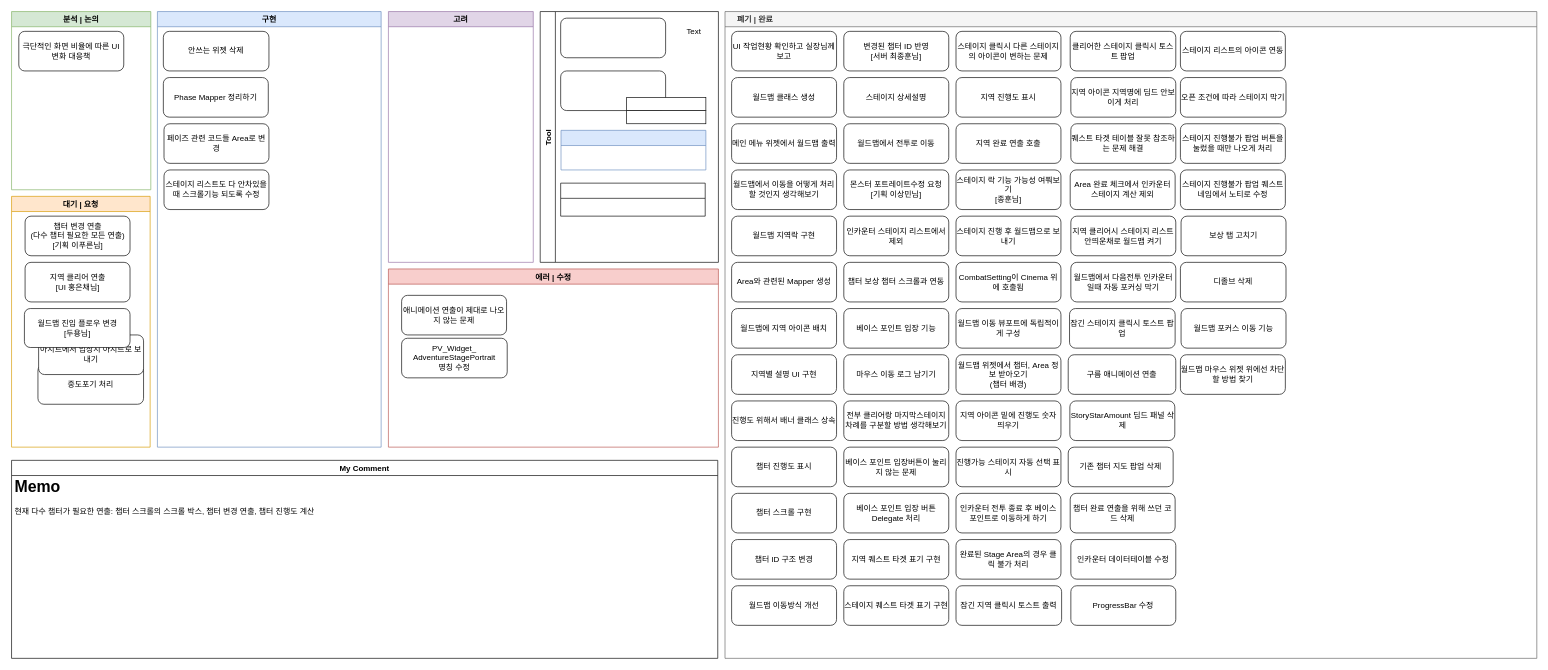
Earlier version of the draw.io diagram 월드맵 시스템 진행상황.drawio (Endorr/Job-Board). Source tidied: cells renumbered, new cells numbered last; positions are measured from the earlier drawing's top-left corner, leaving out a move shared by most shapes. Both pictures are drawn from the tidied source at 66%, with x=0, y=0 at pixel (11, 11).
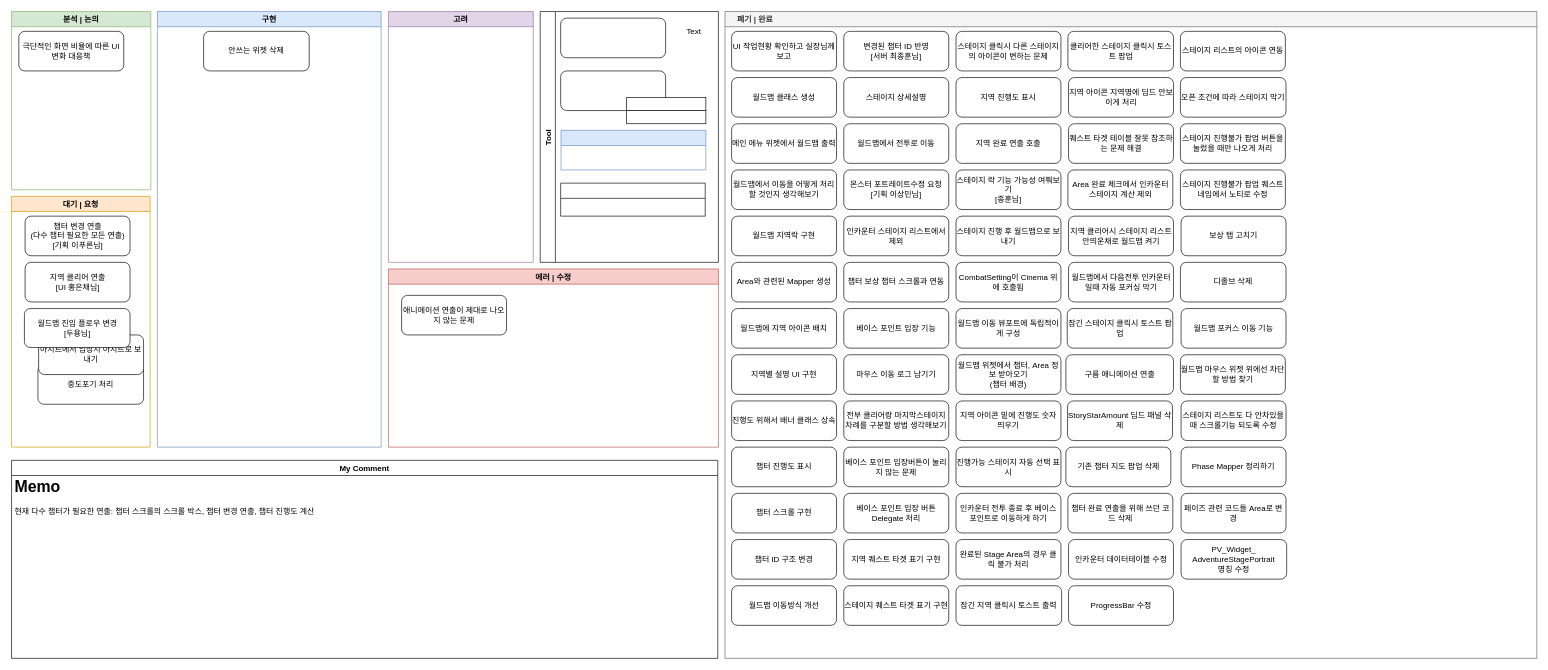
The same page after the edit.

Commit message:
Update 월드맵 시스템 진행상황.drawio

The change refers to these unchanged cells:
```xml
<mxCell id="2" value="구현" style="swimlane;fillColor=#dae8fc;strokeColor=#6c8ebf;" parent="1" vertex="1">
  <mxGeometry x="221" width="339" height="660" as="geometry" />
</mxCell>
<mxCell id="15" value="에러 | 수정" style="swimlane;fillColor=#f8cecc;strokeColor=#b85450;startSize=23;" parent="1" vertex="1">
  <mxGeometry x="571" y="390" width="500" height="270" as="geometry" />
</mxCell>
<mxCell id="18" value="     폐기 | 완료" style="swimlane;strokeColor=#666666;fillColor=#f5f5f5;fontColor=#333333;align=left;" parent="1" vertex="1">
  <mxGeometry x="1081" width="1230" height="980" as="geometry" />
</mxCell>
```

What changed in the source:
```diff
@@
-    <mxCell id="3" value="Phase Mapper 정리하기" style="rounded=1;whiteSpace=wrap;html=1;" parent="2" vertex="1">
-      <mxGeometry x="9" y="100" width="159" height="60" as="geometry" />
-    </mxCell>
-    <mxCell id="4" value="페이즈 관련 코드들 Area로 변경" style="rounded=1;whiteSpace=wrap;html=1;fillColor=default;strokeColor=default;fontColor=default;" parent="2" vertex="1">
-      <mxGeometry x="10" y="170" width="159" height="60" as="geometry" />
-    </mxCell>
-    <mxCell id="5" value="안쓰는 위젯 삭제" style="rounded=1;whiteSpace=wrap;html=1;" parent="2" vertex="1">
-      <mxGeometry x="9" y="30" width="160" height="60" as="geometry" />
+    <mxCell id="5" value="안쓰는 위젯 삭제" style="rounded=1;whiteSpace=wrap;html=1;fillColor=default;strokeColor=default;fontColor=default;" parent="2" vertex="1">
+      <mxGeometry x="70" y="30" width="160" height="60" as="geometry" />
     </mxCell>
-    <mxCell id="6" value="스테이지 리스트도 다 안차있을 때 스크롤기능 되도록 수정" style="rounded=1;whiteSpace=wrap;html=1;fillColor=default;strokeColor=default;fontColor=default;" parent="2" vertex="1">
-      <mxGeometry x="10" y="240" width="159" height="60" as="geometry" />
-    </mxCell>
@@
-    <mxCell id="17" value="PV_Widget_&lt;br&gt;AdventureStagePortrait&lt;br&gt;명칭 수정" style="rounded=1;whiteSpace=wrap;html=1;" parent="15" vertex="1">
-      <mxGeometry x="20" y="105" width="160" height="60" as="geometry" />
-    </mxCell>
@@
-    <mxCell id="58" value="클리어한 스테이지 클릭시 토스트 팝업" style="rounded=1;whiteSpace=wrap;html=1;" parent="18" vertex="1">
-      <mxGeometry x="523" y="30" width="160" height="60" as="geometry" />
+    <mxCell id="58" value="클리어한 스테이지 클릭시 토스트 팝업" style="rounded=1;whiteSpace=wrap;html=1;fillColor=default;strokeColor=default;fontColor=default;" parent="18" vertex="1">
+      <mxGeometry x="519.5" y="30" width="160" height="60" as="geometry" />
     </mxCell>
-    <mxCell id="59" value="퀘스트 타겟 테이블 잘못 참조하는 문제 해결" style="rounded=1;whiteSpace=wrap;html=1;" parent="18" vertex="1">
-      <mxGeometry x="524" y="170" width="159" height="60" as="geometry" />
+    <mxCell id="59" value="퀘스트 타겟 테이블 잘못 참조하는 문제 해결" style="rounded=1;whiteSpace=wrap;html=1;fillColor=default;strokeColor=default;fontColor=default;" parent="18" vertex="1">
+      <mxGeometry x="520.5" y="170" width="159" height="60" as="geometry" />
     </mxCell>
-    <mxCell id="60" value="지역 아이콘 지역명에 딤드 안보이게 처리" style="rounded=1;whiteSpace=wrap;html=1;" parent="18" vertex="1">
-      <mxGeometry x="524" y="100" width="159" height="60" as="geometry" />
+    <mxCell id="60" value="지역 아이콘 지역명에 딤드 안보이게 처리" style="rounded=1;whiteSpace=wrap;html=1;fillColor=default;strokeColor=default;fontColor=default;" parent="18" vertex="1">
+      <mxGeometry x="520.5" y="100" width="159" height="60" as="geometry" />
     </mxCell>
-    <mxCell id="61" value="Area 완료 체크에서 인카운터 스테이지 계산 제외" style="rounded=1;whiteSpace=wrap;html=1;" parent="18" vertex="1">
-      <mxGeometry x="523" y="240" width="159" height="60" as="geometry" />
+    <mxCell id="61" value="Area 완료 체크에서 인카운터 스테이지 계산 제외" style="rounded=1;whiteSpace=wrap;html=1;fillColor=default;strokeColor=default;fontColor=default;" parent="18" vertex="1">
+      <mxGeometry x="519.5" y="240" width="159" height="60" as="geometry" />
     </mxCell>
-    <mxCell id="62" value="지역 클리어시 스테이지 리스트 안띄운채로 월드맵 켜기" style="rounded=1;whiteSpace=wrap;html=1;" parent="18" vertex="1">
-      <mxGeometry x="524" y="310" width="159" height="60" as="geometry" />
+    <mxCell id="62" value="지역 클리어시 스테이지 리스트 안띄운채로 월드맵 켜기" style="rounded=1;whiteSpace=wrap;html=1;fillColor=default;strokeColor=default;fontColor=default;" parent="18" vertex="1">
+      <mxGeometry x="520.5" y="310" width="159" height="60" as="geometry" />
     </mxCell>
-    <mxCell id="63" value="월드맵에서 다음전투 인카운터일때 자동 포커싱 막기" style="rounded=1;whiteSpace=wrap;html=1;" parent="18" vertex="1">
-      <mxGeometry x="524" y="380" width="159" height="60" as="geometry" />
+    <mxCell id="63" value="월드맵에서 다음전투 인카운터일때 자동 포커싱 막기" style="rounded=1;whiteSpace=wrap;html=1;fillColor=default;strokeColor=default;fontColor=default;" parent="18" vertex="1">
+      <mxGeometry x="520.5" y="380" width="159" height="60" as="geometry" />
     </mxCell>
-    <mxCell id="64" value="잠긴 스테이지 클릭시 토스트 팝업" style="rounded=1;whiteSpace=wrap;html=1;" parent="18" vertex="1">
-      <mxGeometry x="522" y="450" width="160" height="60" as="geometry" />
+    <mxCell id="64" value="잠긴 스테이지 클릭시 토스트 팝업" style="rounded=1;whiteSpace=wrap;html=1;fillColor=default;strokeColor=default;fontColor=default;" parent="18" vertex="1">
+      <mxGeometry x="518.5" y="450" width="160" height="60" as="geometry" />
     </mxCell>
-    <mxCell id="65" value="구름 애니메이션 연출" style="rounded=1;whiteSpace=wrap;html=1;" parent="18" vertex="1">
-      <mxGeometry x="520" y="520" width="163" height="60" as="geometry" />
+    <mxCell id="65" value="구름 애니메이션 연출" style="rounded=1;whiteSpace=wrap;html=1;fillColor=default;strokeColor=default;fontColor=default;" parent="18" vertex="1">
+      <mxGeometry x="516.5" y="520" width="163" height="60" as="geometry" />
     </mxCell>
-    <mxCell id="66" value="StoryStarAmount 딤드 패널 삭제" style="rounded=1;whiteSpace=wrap;html=1;" parent="18" vertex="1">
-      <mxGeometry x="522.5" y="590" width="159" height="60" as="geometry" />
+    <mxCell id="66" value="StoryStarAmount 딤드 패널 삭제" style="rounded=1;whiteSpace=wrap;html=1;fillColor=default;strokeColor=default;fontColor=default;" parent="18" vertex="1">
+      <mxGeometry x="519" y="590" width="159" height="60" as="geometry" />
     </mxCell>
-    <mxCell id="67" value="기존 챕터 지도 팝업 삭제" style="rounded=1;whiteSpace=wrap;html=1;" parent="18" vertex="1">
-      <mxGeometry x="520" y="660" width="159" height="60" as="geometry" />
+    <mxCell id="67" value="기존 챕터 지도 팝업 삭제" style="rounded=1;whiteSpace=wrap;html=1;fillColor=default;strokeColor=default;fontColor=default;" parent="18" vertex="1">
+      <mxGeometry x="516.5" y="660" width="159" height="60" as="geometry" />
     </mxCell>
-    <mxCell id="68" value="챕터 완료 연출을 위해 쓰던 코드 삭제" style="rounded=1;whiteSpace=wrap;html=1;" parent="18" vertex="1">
-      <mxGeometry x="523" y="730" width="159" height="60" as="geometry" />
+    <mxCell id="68" value="챕터 완료 연출을 위해 쓰던 코드 삭제" style="rounded=1;whiteSpace=wrap;html=1;fillColor=default;strokeColor=default;fontColor=default;" parent="18" vertex="1">
+      <mxGeometry x="519.5" y="730" width="159" height="60" as="geometry" />
     </mxCell>
-    <mxCell id="69" value="인카운터 데이터테이블 수정" style="rounded=1;whiteSpace=wrap;html=1;" parent="18" vertex="1">
-      <mxGeometry x="524" y="800" width="159" height="60" as="geometry" />
+    <mxCell id="69" value="인카운터 데이터테이블 수정" style="rounded=1;whiteSpace=wrap;html=1;fillColor=default;strokeColor=default;fontColor=default;" parent="18" vertex="1">
+      <mxGeometry x="520.5" y="800" width="159" height="60" as="geometry" />
     </mxCell>
-    <mxCell id="70" value="ProgressBar 수정" style="rounded=1;whiteSpace=wrap;html=1;" parent="18" vertex="1">
-      <mxGeometry x="524" y="870" width="159" height="60" as="geometry" />
+    <mxCell id="70" value="ProgressBar 수정" style="rounded=1;whiteSpace=wrap;html=1;fillColor=default;strokeColor=default;fontColor=default;" parent="18" vertex="1">
+      <mxGeometry x="520.5" y="870" width="159" height="60" as="geometry" />
     </mxCell>
@@
+    <mxCell id="6" value="스테이지 리스트도 다 안차있을 때 스크롤기능 되도록 수정" style="rounded=1;whiteSpace=wrap;html=1;fillColor=default;strokeColor=default;fontColor=default;" parent="18" vertex="1">
+      <mxGeometry x="691" y="590" width="159" height="60" as="geometry" />
+    </mxCell>
+    <mxCell id="3" value="Phase Mapper 정리하기" style="rounded=1;whiteSpace=wrap;html=1;fillColor=default;strokeColor=default;fontColor=default;" parent="18" vertex="1">
+      <mxGeometry x="691" y="660" width="159" height="60" as="geometry" />
+    </mxCell>
+    <mxCell id="4" value="페이즈 관련 코드들 Area로 변경" style="rounded=1;whiteSpace=wrap;html=1;fillColor=default;strokeColor=default;fontColor=default;" parent="18" vertex="1">
+      <mxGeometry x="691" y="730" width="159" height="60" as="geometry" />
+    </mxCell>
+    <mxCell id="17" value="PV_Widget_&lt;br&gt;AdventureStagePortrait&lt;br&gt;명칭 수정" style="rounded=1;whiteSpace=wrap;html=1;fillColor=default;strokeColor=default;fontColor=default;" parent="18" vertex="1">
+      <mxGeometry x="691" y="800" width="160" height="60" as="geometry" />
+    </mxCell>
```
